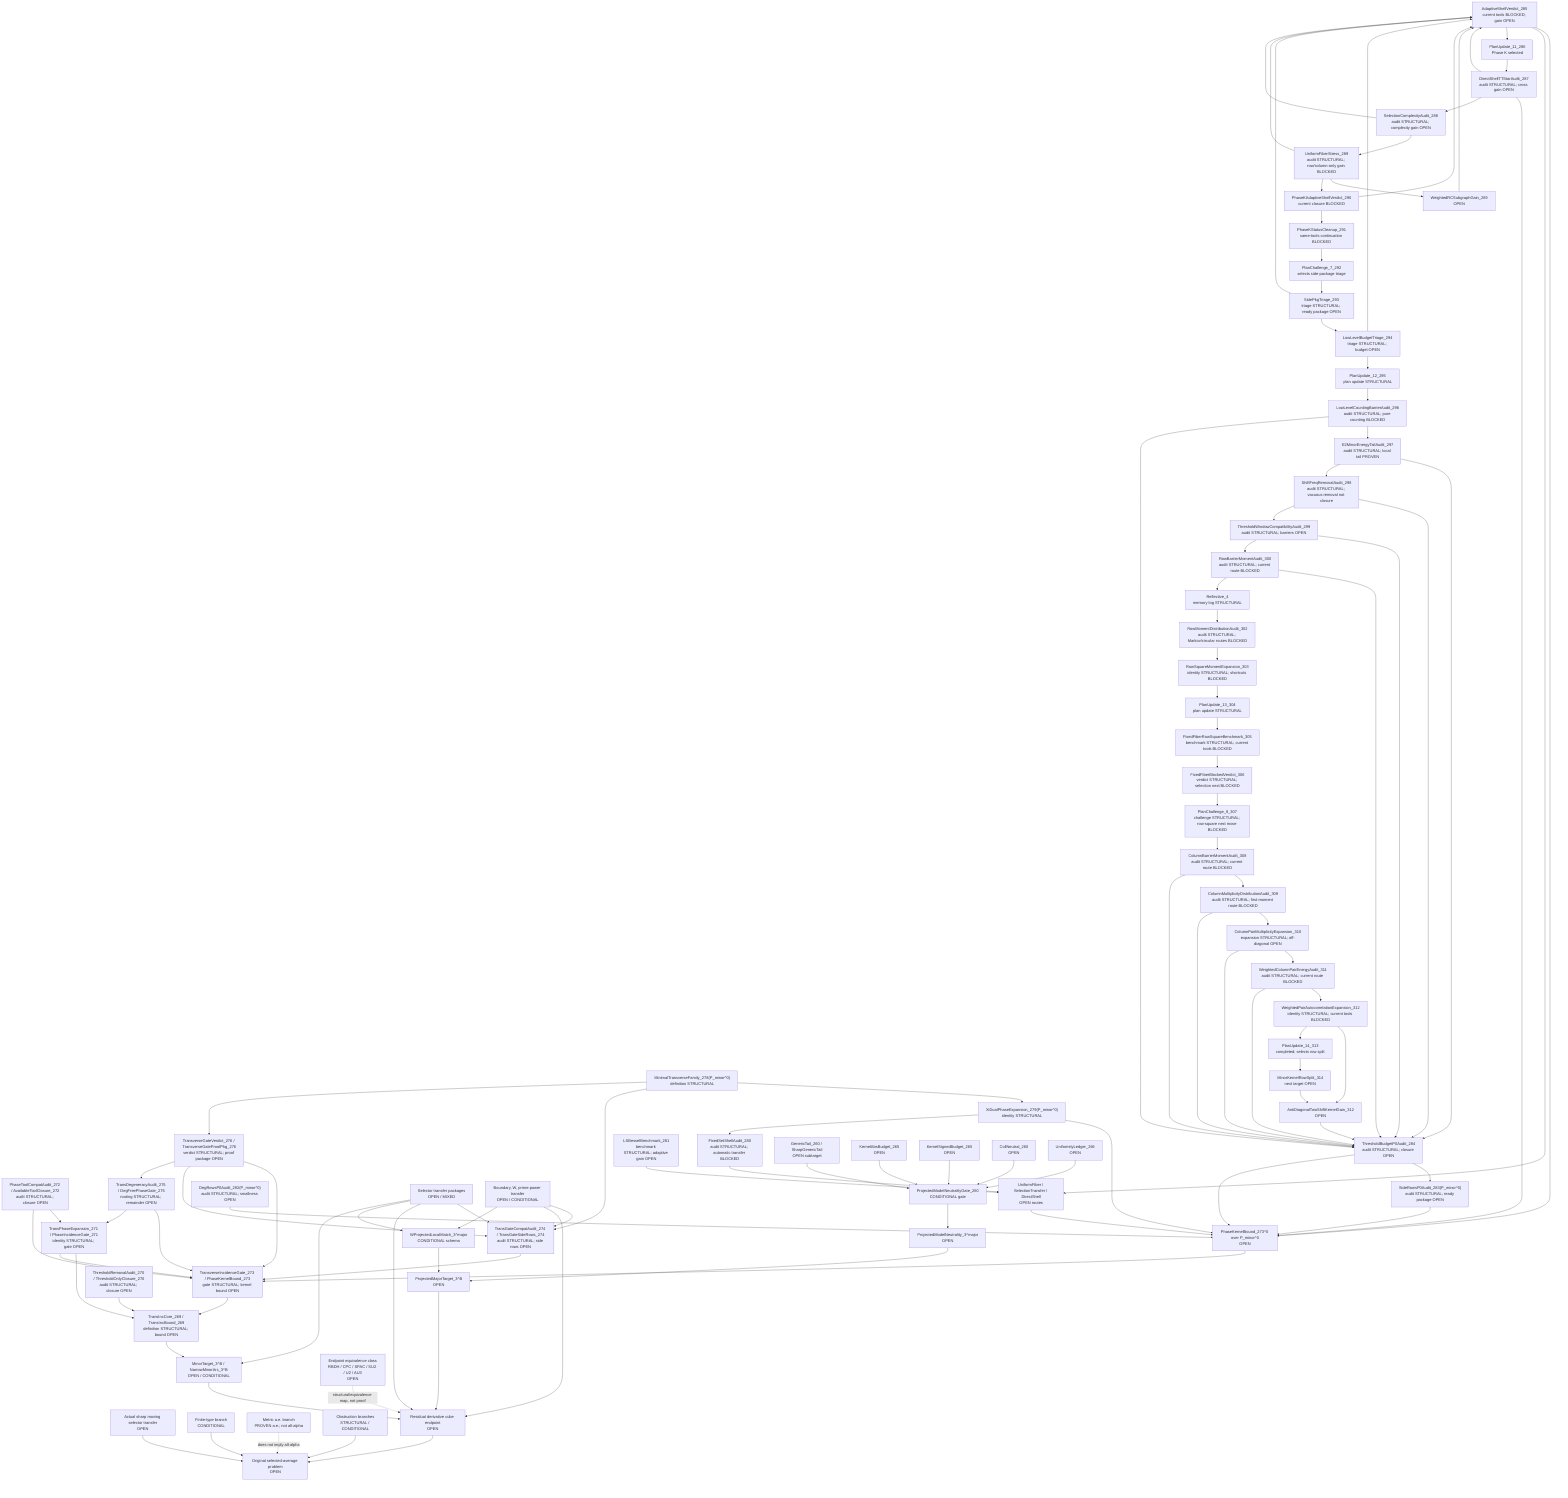
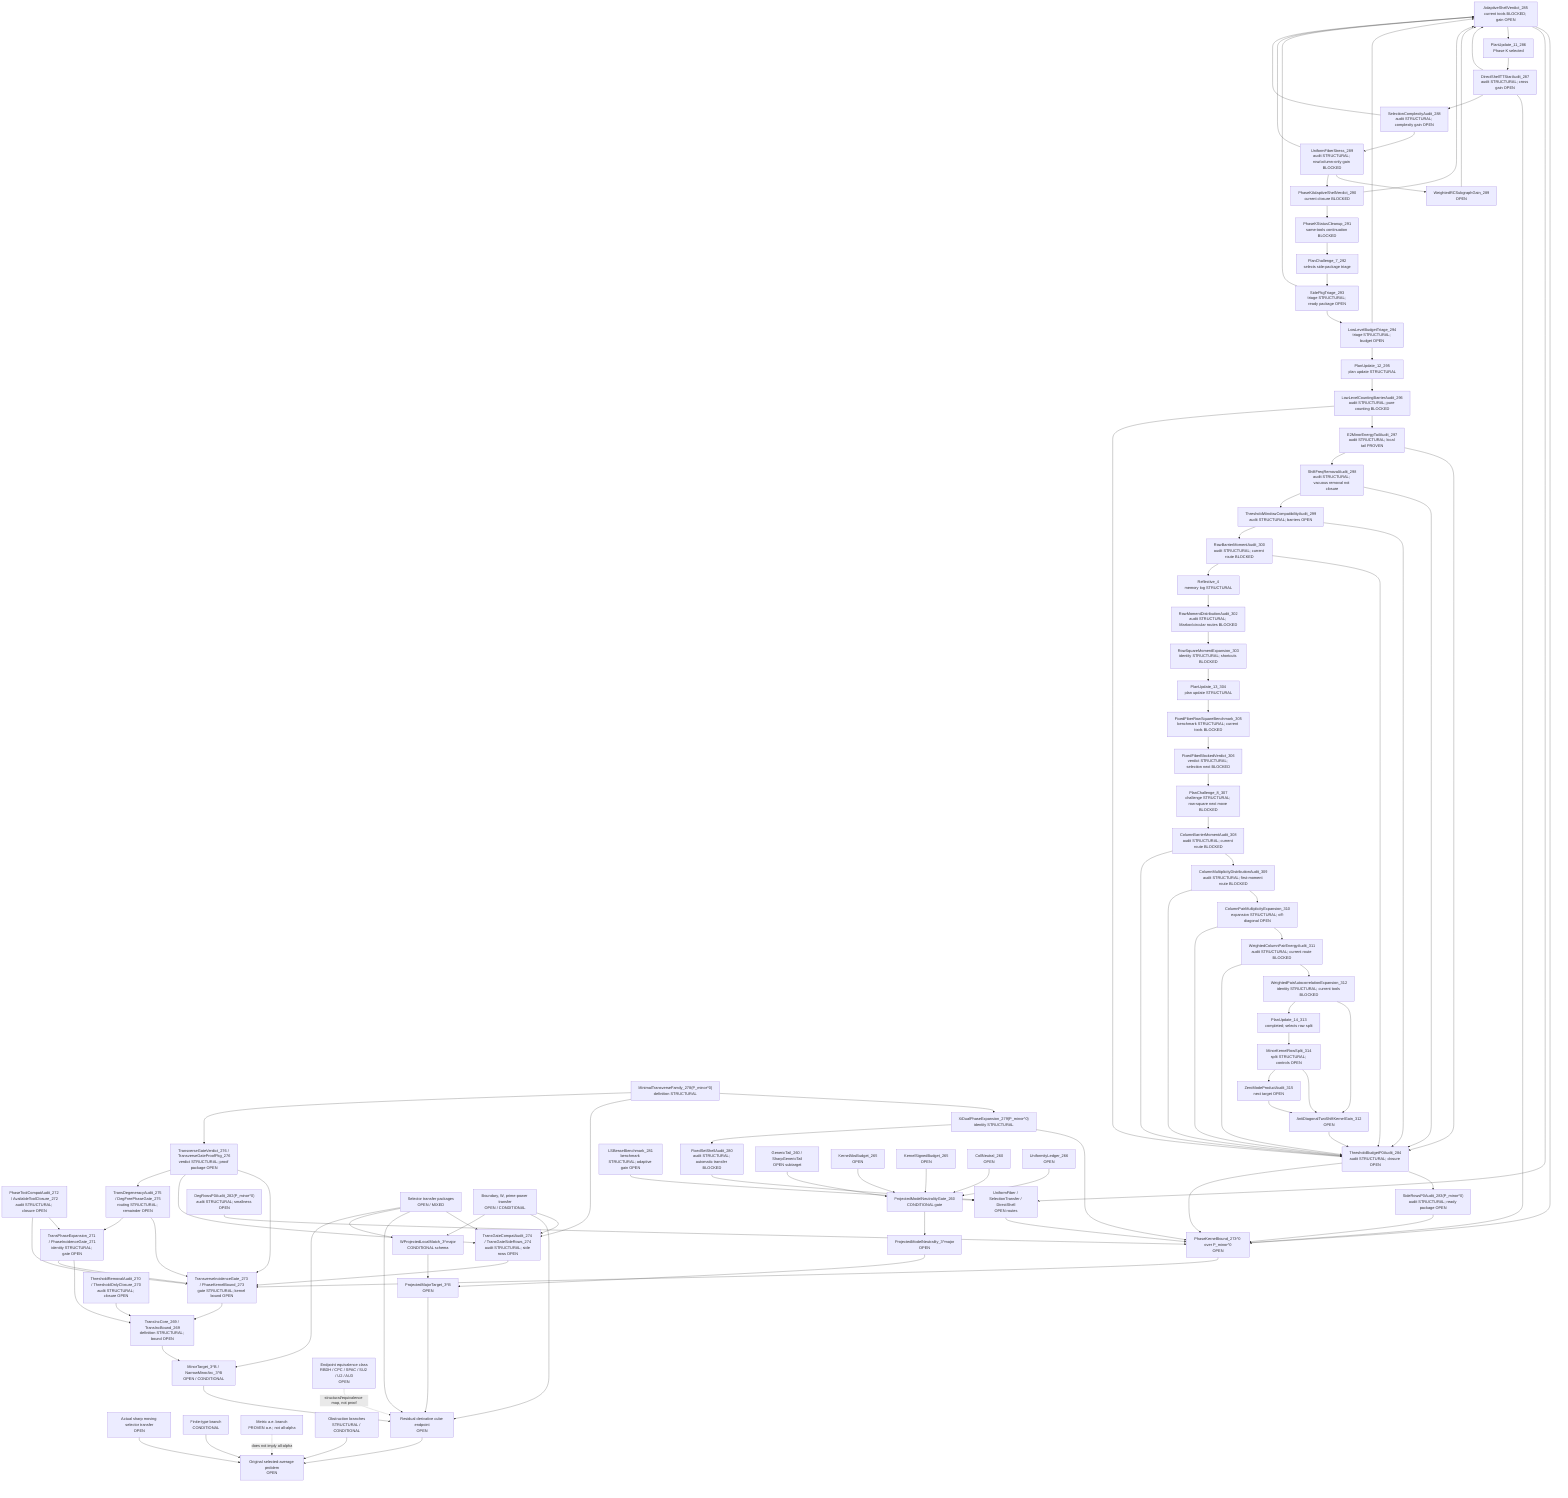
flowchart TD
  Original["Original selected-average problem<br/>OPEN"]
  SharpSel["Actual sharp moving selector transfer<br/>OPEN"]
  FiniteType["Finite-type branch<br/>CONDITIONAL"]
  Metric["Metric a.e. branch<br/>PROVEN a.e.; not all-alpha"]
  Obstruction["Obstruction branches<br/>STRUCTURAL / CONDITIONAL"]

  ResCube["Residual derivative cube endpoint<br/>OPEN"]
  MajorTarget["ProjectedMajorTarget_3^B<br/>OPEN"]
  MinorTarget["MinorTarget_3^B / NarrowMinorArc_3^B<br/>OPEN / CONDITIONAL"]
  TransInc["TransIncCore_269 / TransIncBound_269<br/>definition STRUCTURAL; bound OPEN"]
  ThresholdAudit["ThresholdRemovalAudit_270 / ThresholdOnlyClosure_270<br/>audit STRUCTURAL; closure OPEN"]
  PhaseExpansion["TransPhaseExpansion_271 / PhaseIncidenceGate_271<br/>identity STRUCTURAL; gate OPEN"]
  ToolCompat["PhaseToolCompatAudit_272 / AvailableToolClosure_272<br/>audit STRUCTURAL; closure OPEN"]
  TransGate["TransverseIncidenceGate_273 / PhaseKernelBound_273<br/>gate STRUCTURAL; kernel bound OPEN"]
  TransGateCompat["TransGateCompatAudit_274 / TransGateSideRows_274<br/>audit STRUCTURAL; side rows OPEN"]
  DegAudit["TransDegeneracyAudit_275 / DegFreePhaseGate_275<br/>routing STRUCTURAL; remainder OPEN"]
  TransVerdict["TransverseGateVerdict_276 / TransverseGateProofPkg_276<br/>verdict STRUCTURAL; proof package OPEN"]
  MinTransFamily["MinimalTransverseFamily_278(P_minor^0)<br/>definition STRUCTURAL"]
  XiExpansion["XiDualPhaseExpansion_279(P_minor^0)<br/>identity STRUCTURAL"]
  FixedShellAudit["FixedSetShellAudit_280<br/>audit STRUCTURAL; automatic transfer BLOCKED"]
  FixedShellTransfer["UniformFiber / SelectionTransfer / DirectShell<br/>OPEN routes"]
  LSBesselBench["LSBesselBenchmark_281<br/>benchmark STRUCTURAL; adaptive gain OPEN"]
  DegRowsP0["DegRowsP0Audit_282(P_minor^0)<br/>audit STRUCTURAL; smallness OPEN"]
  SideRowsP0["SideRowsP0Audit_283(P_minor^0)<br/>audit STRUCTURAL; ready package OPEN"]
  ThresholdP0["ThresholdBudgetP0Audit_284<br/>audit STRUCTURAL; closure OPEN"]
  AdaptiveShellP0["AdaptiveShellVerdict_285<br/>current tools BLOCKED; gain OPEN"]
  PlanUpdate11["PlanUpdate_11_286<br/>Phase K selected"]
  DirectTTStar["DirectShellTTStarAudit_287<br/>audit STRUCTURAL; cross gain OPEN"]
  SelectionComplexity["SelectionComplexityAudit_288<br/>audit STRUCTURAL; complexity gain OPEN"]
  UniformFiberStress["UniformFiberStress_289<br/>audit STRUCTURAL; row/column-only gain BLOCKED"]
  WeightedRCSubgraph["WeightedRCSubgraphGain_289<br/>OPEN"]
  AdaptiveVerdict290["PhaseKAdaptiveShellVerdict_290<br/>current closure BLOCKED"]
  PhaseKCleanup291["PhaseKStatusCleanup_291<br/>same-tools continuation BLOCKED"]
  PlanChallenge7["PlanChallenge_7_292<br/>selects side-package triage"]
  SidePkgTriage293["SidePkgTriage_293<br/>triage STRUCTURAL; ready package OPEN"]
  LowLevelTriage294["LowLevelBudgetTriage_294<br/>triage STRUCTURAL; budget OPEN"]
  PlanUpdate12["PlanUpdate_12_295<br/>plan update STRUCTURAL"]
  LowLevelBarrier296["LowLevelCountingBarrierAudit_296<br/>audit STRUCTURAL; pure counting BLOCKED"]
  E2Tail297["E2MinorEnergyTailAudit_297<br/>audit STRUCTURAL; local tail PROVEN"]
  ShiftFreq298["ShiftFreqRemovalAudit_298<br/>audit STRUCTURAL; vacuous removal not closure"]
  ThresholdWindow299["ThresholdWindowCompatibilityAudit_299<br/>audit STRUCTURAL; barriers OPEN"]
  RowBarrier300["RowBarrierMomentAudit_300<br/>audit STRUCTURAL; current route BLOCKED"]
  Reflective4["Reflective_4<br/>memory log STRUCTURAL"]
  RowMoment302["RowMomentDistributionAudit_302<br/>audit STRUCTURAL; Markov/circular routes BLOCKED"]
  RowSquare303["RowSquareMomentExpansion_303<br/>identity STRUCTURAL; shortcuts BLOCKED"]
  PlanUpdate13["PlanUpdate_13_304<br/>plan update STRUCTURAL"]
  FixedFiber305["FixedFiberRowSquareBenchmark_305<br/>benchmark STRUCTURAL; current tools BLOCKED"]
  FixedFiber306["FixedFiberBlockedVerdict_306<br/>verdict STRUCTURAL; selection next BLOCKED"]
  PlanChallenge8["PlanChallenge_8_307<br/>challenge STRUCTURAL; row-square next move BLOCKED"]
  ColumnBarrier308["ColumnBarrierMomentAudit_308<br/>audit STRUCTURAL; current route BLOCKED"]
  ColumnDist309["ColumnMultiplicityDistributionAudit_309<br/>audit STRUCTURAL; first-moment route BLOCKED"]
  ColumnPair310["ColumnPairMultiplicityExpansion_310<br/>expansion STRUCTURAL; off-diagonal OPEN"]
  WPair311["WeightedColumnPairEnergyAudit_311<br/>audit STRUCTURAL; current route BLOCKED"]
  AutoCorr312["WeightedPairAutocorrelationExpansion_312<br/>identity STRUCTURAL; current tools BLOCKED"]
  AntiDiag312["AntiDiagonalTwoShiftKernelGain_312<br/>OPEN"]
  PlanUpdate14["PlanUpdate_14_313<br/>completed; selects row split"]
-   MinorKernel314["MinorKernelRowSplit_314<br/>next target OPEN"]
+   MinorKernel314["MinorKernelRowSplit_314<br/>split STRUCTURAL; controls OPEN"]
+   ZeroAudit315["ZeroModeProductAudit_315<br/>next target OPEN"]
  PhaseKernel0["PhaseKernelBound_273^0 over P_minor^0<br/>OPEN"]
  SelectorTransfer["Selector transfer packages<br/>OPEN / MIXED"]
  BoundaryTransfer["Boundary, W, prime-power transfer<br/>OPEN / CONDITIONAL"]

  WLocal["WProjectedLocalMatch_3^major<br/>CONDITIONAL schema"]
  ModelNeutral["ProjectedModelNeutrality_3^major<br/>OPEN"]
  PMNGate["ProjectedModelNeutralityGate_260<br/>CONDITIONAL gate"]
  GenericTail["GenericTail_260 / SharpGenericTail<br/>OPEN subtarget"]
  KernelAbs["KernelAbsBudget_265<br/>OPEN"]
  KernelSigned["KernelSignedBudget_265<br/>OPEN"]
  CollNeutral["CollNeutral_260<br/>OPEN"]
  Uniformity["UniformityLedger_266<br/>OPEN"]

  EndpointClass["Endpoint equivalence class<br/>RBDH / CPC / SPAC / SU2 / U2 / AU3<br/>OPEN"]

  SharpSel --> Original
  FiniteType --> Original
  Obstruction --> Original
  ResCube --> Original
  Metric -. "does not imply all-alpha" .-> Original

  MajorTarget --> ResCube
  MinorTarget --> ResCube
  TransInc --> MinorTarget
  ThresholdAudit --> TransInc
  PhaseExpansion --> TransInc
  ToolCompat --> PhaseExpansion
  TransGate --> TransInc
  PhaseExpansion --> TransGate
  ToolCompat --> TransGate
  TransGateCompat --> TransGate
  SelectorTransfer --> TransGateCompat
  BoundaryTransfer --> TransGateCompat
  DegAudit --> TransGate
  DegAudit --> PhaseExpansion
  TransVerdict --> TransGate
  TransVerdict --> TransGateCompat
  TransVerdict --> DegAudit
  PhaseKernel0 --> TransGate
  MinTransFamily --> XiExpansion
  XiExpansion --> PhaseKernel0
  XiExpansion --> FixedShellAudit
  FixedShellAudit --> FixedShellTransfer
  FixedShellTransfer --> PhaseKernel0
  LSBesselBench --> FixedShellTransfer
  DegRowsP0 --> PhaseKernel0
  SideRowsP0 --> PhaseKernel0
  ThresholdP0 --> SideRowsP0
  ThresholdP0 --> PhaseKernel0
  AdaptiveShellP0 --> PhaseKernel0
  AdaptiveShellP0 --> FixedShellTransfer
  AdaptiveShellP0 --> PlanUpdate11
  PlanUpdate11 --> DirectTTStar
  DirectTTStar --> AdaptiveShellP0
  DirectTTStar --> PhaseKernel0
  DirectTTStar --> SelectionComplexity
  SelectionComplexity --> UniformFiberStress
  SelectionComplexity --> AdaptiveShellP0
  UniformFiberStress --> WeightedRCSubgraph
  WeightedRCSubgraph --> AdaptiveShellP0
  UniformFiberStress --> AdaptiveVerdict290
  UniformFiberStress --> AdaptiveShellP0
  AdaptiveVerdict290 --> AdaptiveShellP0
  AdaptiveVerdict290 --> PhaseKCleanup291
  PhaseKCleanup291 --> PlanChallenge7
  PlanChallenge7 --> SidePkgTriage293
  SidePkgTriage293 --> LowLevelTriage294
  SidePkgTriage293 --> AdaptiveShellP0
  LowLevelTriage294 --> AdaptiveShellP0
  LowLevelTriage294 --> PlanUpdate12
  PlanUpdate12 --> LowLevelBarrier296
  LowLevelBarrier296 --> E2Tail297
  LowLevelBarrier296 --> ThresholdP0
  E2Tail297 --> ThresholdP0
  E2Tail297 --> ShiftFreq298
  ShiftFreq298 --> ThresholdP0
  ShiftFreq298 --> ThresholdWindow299
  ThresholdWindow299 --> ThresholdP0
  ThresholdWindow299 --> RowBarrier300
  RowBarrier300 --> ThresholdP0
  RowBarrier300 --> Reflective4
  Reflective4 --> RowMoment302
  RowMoment302 --> RowSquare303
  RowSquare303 --> PlanUpdate13
  PlanUpdate13 --> FixedFiber305
  FixedFiber305 --> FixedFiber306
  FixedFiber306 --> PlanChallenge8
  PlanChallenge8 --> ColumnBarrier308
  ColumnBarrier308 --> ColumnDist309
  ColumnDist309 --> ColumnPair310
  ColumnPair310 --> WPair311
  WPair311 --> AutoCorr312
  AutoCorr312 --> AntiDiag312
  AntiDiag312 --> ThresholdP0
  AutoCorr312 --> PlanUpdate14
  PlanUpdate14 --> MinorKernel314
  MinorKernel314 --> AntiDiag312
+   MinorKernel314 --> ZeroAudit315
+   ZeroAudit315 --> AntiDiag312
  WPair311 --> ThresholdP0
  ColumnPair310 --> ThresholdP0
  ColumnDist309 --> ThresholdP0
  ColumnBarrier308 --> ThresholdP0
  MinTransFamily --> TransGateCompat
  MinTransFamily --> TransVerdict
  SelectorTransfer --> ResCube
  BoundaryTransfer --> ResCube
  EndpointClass -. "structural/equivalence map, not proof" .-> ResCube

  WLocal --> MajorTarget
  ModelNeutral --> MajorTarget

  PMNGate --> ModelNeutral
  GenericTail --> PMNGate
  KernelAbs --> PMNGate
  KernelSigned --> PMNGate
  CollNeutral --> PMNGate
  Uniformity --> PMNGate

  BoundaryTransfer --> WLocal
  SelectorTransfer --> WLocal
  SelectorTransfer --> MinorTarget
